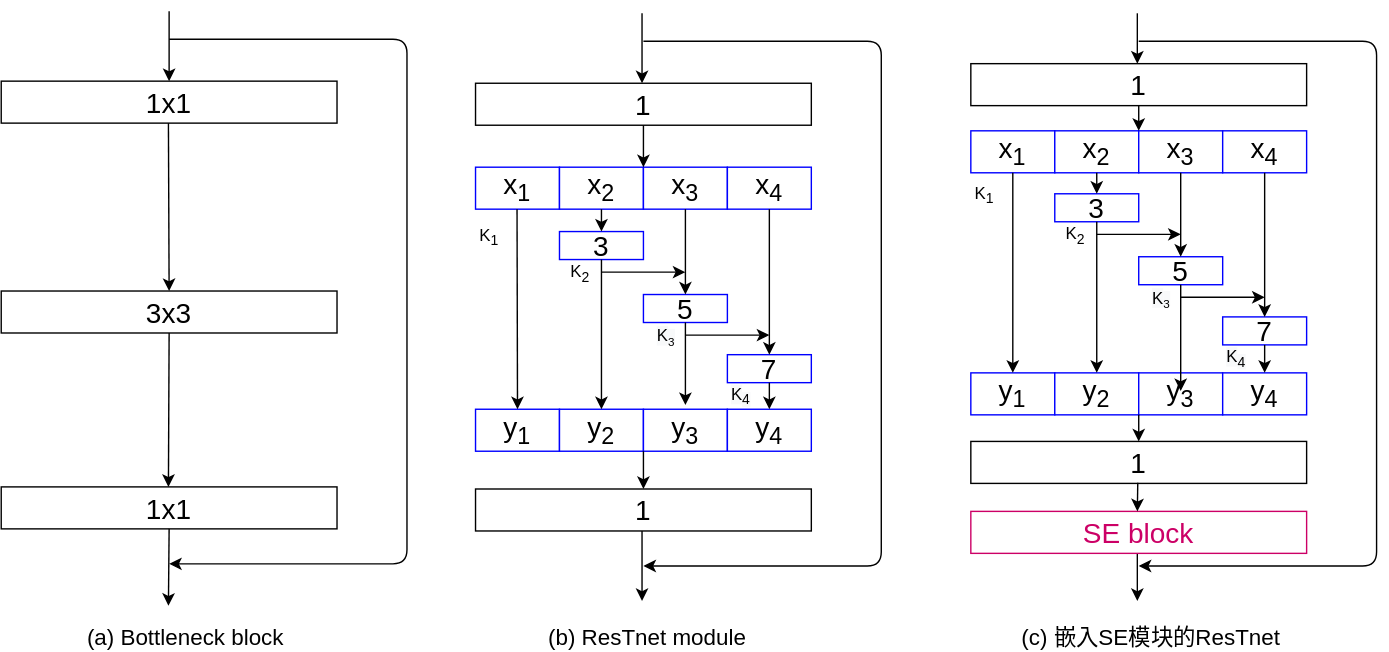
Above: littlepaper/图2-1 ResTnet结构图.svg in wangxinzhi0/draw.io (draw.io), before the change. Source tidied: cells renumbered, new cells last; positions are measured from the earlier drawing's top-left corner, leaving out a move shared by most shapes.
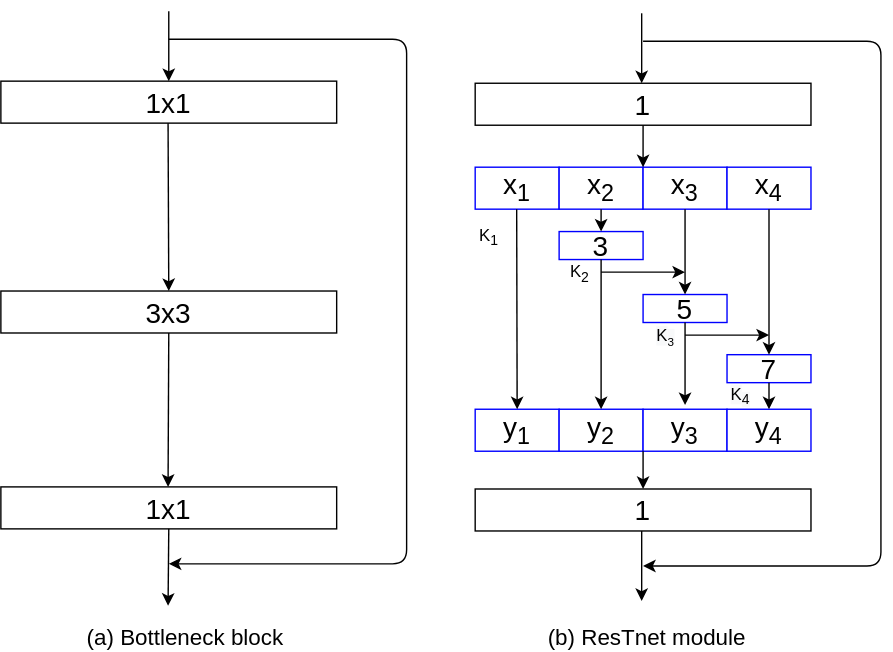
Later version of the same file.

Diff of the diagram source:
```diff
@@ -168,131 +168,5 @@
     <mxCell id="42" value="(b) ResTnet module" style="text;html=1;strokeColor=none;fillColor=none;align=center;verticalAlign=middle;whiteSpace=wrap;rounded=0;fontSize=16;" parent="1" vertex="1">
       <mxGeometry x="383" y="438" width="158" height="20" as="geometry" />
     </mxCell>
-    <mxCell id="43" value="&lt;font style=&quot;font-size: 20px&quot;&gt;1&lt;/font&gt;" style="rounded=0;whiteSpace=wrap;html=1;" parent="1" vertex="1">
-      <mxGeometry x="693" y="38" width="240" height="30" as="geometry" />
-    </mxCell>
-    <mxCell id="44" value="&lt;font style=&quot;font-size: 20px&quot;&gt;1&lt;/font&gt;" style="rounded=0;whiteSpace=wrap;html=1;" parent="1" vertex="1">
-      <mxGeometry x="693" y="308" width="240" height="30" as="geometry" />
-    </mxCell>
-    <mxCell id="45" value="&lt;span style=&quot;font-size: 20px&quot;&gt;x&lt;sub&gt;1&lt;/sub&gt;&lt;/span&gt;" style="rounded=0;whiteSpace=wrap;html=1;strokeColor=#0000FF;" parent="1" vertex="1">
-      <mxGeometry x="693" y="86" width="60" height="30" as="geometry" />
-    </mxCell>
-    <mxCell id="46" value="&lt;font style=&quot;font-size: 20px&quot;&gt;x&lt;sub&gt;2&lt;/sub&gt;&lt;/font&gt;" style="rounded=0;whiteSpace=wrap;html=1;strokeColor=#0000FF;" parent="1" vertex="1">
-      <mxGeometry x="753" y="86" width="60" height="30" as="geometry" />
-    </mxCell>
-    <mxCell id="47" value="&lt;font style=&quot;font-size: 20px&quot;&gt;x&lt;sub&gt;3&lt;/sub&gt;&lt;/font&gt;" style="rounded=0;whiteSpace=wrap;html=1;strokeColor=#0000FF;" parent="1" vertex="1">
-      <mxGeometry x="813" y="86" width="60" height="30" as="geometry" />
-    </mxCell>
-    <mxCell id="48" value="&lt;font style=&quot;font-size: 20px&quot;&gt;x&lt;sub&gt;4&lt;/sub&gt;&lt;/font&gt;" style="rounded=0;whiteSpace=wrap;html=1;strokeColor=#0000FF;" parent="1" vertex="1">
-      <mxGeometry x="873" y="86" width="60" height="30" as="geometry" />
-    </mxCell>
-    <mxCell id="49" value="&lt;font style=&quot;font-size: 20px&quot;&gt;y&lt;sub&gt;1&lt;/sub&gt;&lt;/font&gt;" style="rounded=0;whiteSpace=wrap;html=1;strokeColor=#0000FF;" parent="1" vertex="1">
-      <mxGeometry x="693" y="259" width="60" height="30" as="geometry" />
-    </mxCell>
-    <mxCell id="50" value="&lt;font style=&quot;font-size: 20px&quot;&gt;y&lt;sub&gt;2&lt;/sub&gt;&lt;/font&gt;" style="rounded=0;whiteSpace=wrap;html=1;strokeColor=#0000FF;" parent="1" vertex="1">
-      <mxGeometry x="753" y="259" width="60" height="30" as="geometry" />
-    </mxCell>
-    <mxCell id="51" value="&lt;font style=&quot;font-size: 20px&quot;&gt;y&lt;sub&gt;3&lt;/sub&gt;&lt;/font&gt;" style="rounded=0;whiteSpace=wrap;html=1;strokeColor=#0000FF;" parent="1" vertex="1">
-      <mxGeometry x="813" y="259" width="60" height="30" as="geometry" />
-    </mxCell>
-    <mxCell id="52" value="&lt;font style=&quot;font-size: 20px&quot;&gt;y&lt;sub&gt;4&lt;/sub&gt;&lt;/font&gt;" style="rounded=0;whiteSpace=wrap;html=1;strokeColor=#0000FF;" parent="1" vertex="1">
-      <mxGeometry x="873" y="259" width="60" height="30" as="geometry" />
-    </mxCell>
-    <mxCell id="53" style="endArrow=classic;html=1;" parent="1" edge="1">
-      <mxGeometry relative="1" as="geometry">
-        <mxPoint x="812" y="2" as="sourcePoint" />
-        <mxPoint x="812" y="38" as="targetPoint" />
-      </mxGeometry>
-    </mxCell>
-    <mxCell id="54" style="endArrow=classic;html=1;" parent="1" edge="1">
-      <mxGeometry relative="1" as="geometry">
-        <mxPoint x="812" y="388" as="sourcePoint" />
-        <mxPoint x="812" y="422" as="targetPoint" />
-      </mxGeometry>
-    </mxCell>
-    <mxCell id="55" style="endArrow=classic;html=1;exitX=0.5;exitY=1;exitDx=0;exitDy=0;entryX=0;entryY=0;entryDx=0;entryDy=0;" parent="1" edge="1" source="43" target="47">
-      <mxGeometry relative="1" as="geometry" />
-    </mxCell>
-    <mxCell id="56" value="&lt;font style=&quot;font-size: 20px&quot;&gt;3&lt;/font&gt;" style="rounded=0;whiteSpace=wrap;html=1;strokeColor=#0000FF;" parent="1" vertex="1">
-      <mxGeometry x="753" y="131" width="60" height="20" as="geometry" />
-    </mxCell>
-    <mxCell id="57" value="&lt;font style=&quot;font-size: 20px&quot;&gt;5&lt;/font&gt;" style="rounded=0;whiteSpace=wrap;html=1;strokeColor=#0000FF;" parent="1" vertex="1">
-      <mxGeometry x="813" y="176" width="60" height="20" as="geometry" />
-    </mxCell>
-    <mxCell id="58" value="&lt;font style=&quot;font-size: 20px&quot;&gt;7&lt;/font&gt;" style="rounded=0;whiteSpace=wrap;html=1;strokeColor=#0000FF;" parent="1" vertex="1">
-      <mxGeometry x="873" y="219" width="60" height="20" as="geometry" />
-    </mxCell>
-    <mxCell id="59" style="endArrow=classic;html=1;exitX=0.5;exitY=1;exitDx=0;exitDy=0;entryX=0.5;entryY=0;entryDx=0;entryDy=0;" parent="1" edge="1" source="46" target="56">
-      <mxGeometry relative="1" as="geometry" />
-    </mxCell>
-    <mxCell id="60" style="endArrow=classic;html=1;exitX=0.5;exitY=1;exitDx=0;exitDy=0;entryX=0.5;entryY=0;entryDx=0;entryDy=0;" parent="1" edge="1" source="47" target="57">
-      <mxGeometry relative="1" as="geometry" />
-    </mxCell>
-    <mxCell id="61" style="endArrow=classic;html=1;exitX=0.5;exitY=1;exitDx=0;exitDy=0;entryX=0.5;entryY=0;entryDx=0;entryDy=0;" parent="1" edge="1" source="48" target="58">
-      <mxGeometry relative="1" as="geometry" />
-    </mxCell>
-    <mxCell id="62" style="endArrow=classic;html=1;exitX=0.5;exitY=1;exitDx=0;exitDy=0;entryX=0.5;entryY=0;entryDx=0;entryDy=0;" parent="1" edge="1" source="56" target="50">
-      <mxGeometry relative="1" as="geometry" />
-    </mxCell>
-    <mxCell id="63" style="endArrow=classic;html=1;exitX=0.5;exitY=1;exitDx=0;exitDy=0;entryX=0.5;entryY=0;entryDx=0;entryDy=0;" parent="1" edge="1" source="45" target="49">
-      <mxGeometry relative="1" as="geometry" />
-    </mxCell>
-    <mxCell id="64" style="endArrow=classic;html=1;exitX=0.5;exitY=1;exitDx=0;exitDy=0;" parent="1" edge="1" source="57">
-      <mxGeometry relative="1" as="geometry">
-        <mxPoint x="843" y="272" as="targetPoint" />
-      </mxGeometry>
-    </mxCell>
-    <mxCell id="65" style="endArrow=classic;html=1;exitX=0.5;exitY=1;exitDx=0;exitDy=0;entryX=0.5;entryY=0;entryDx=0;entryDy=0;" parent="1" edge="1" source="58" target="52">
-      <mxGeometry relative="1" as="geometry" />
-    </mxCell>
-    <mxCell id="66" style="endArrow=classic;html=1;" parent="1" edge="1">
-      <mxGeometry relative="1" as="geometry">
-        <mxPoint x="783" y="160" as="sourcePoint" />
-        <mxPoint x="843" y="160" as="targetPoint" />
-      </mxGeometry>
-    </mxCell>
-    <mxCell id="67" style="endArrow=classic;html=1;" parent="1" edge="1">
-      <mxGeometry relative="1" as="geometry">
-        <mxPoint x="843" y="205" as="sourcePoint" />
-        <mxPoint x="903" y="205" as="targetPoint" />
-      </mxGeometry>
-    </mxCell>
-    <mxCell id="68" style="endArrow=classic;html=1;" parent="1" edge="1">
-      <mxGeometry relative="1" as="geometry">
-        <mxPoint x="813" y="22" as="sourcePoint" />
-        <mxPoint x="813" y="397" as="targetPoint" />
-        <Array as="points">
-          <mxPoint x="983" y="22" />
-          <mxPoint x="983" y="397" />
-        </Array>
-      </mxGeometry>
-    </mxCell>
-    <mxCell id="69" value="K&lt;sub&gt;2&lt;/sub&gt;" style="text;html=1;strokeColor=none;fillColor=none;align=center;verticalAlign=middle;whiteSpace=wrap;rounded=0;" parent="1" vertex="1">
-      <mxGeometry x="748" y="151" width="40" height="20" as="geometry" />
-    </mxCell>
-    <mxCell id="70" value="&lt;span style=&quot;color: rgb(0 , 0 , 0) ; font-family: &amp;#34;helvetica&amp;#34; ; font-size: 12px ; font-style: normal ; font-weight: 400 ; letter-spacing: normal ; text-align: center ; text-indent: 0px ; text-transform: none ; word-spacing: 0px ; background-color: rgb(248 , 249 , 250) ; display: inline ; float: none&quot;&gt;K&lt;/span&gt;&lt;span style=&quot;color: rgb(0 , 0 , 0) ; font-family: &amp;#34;helvetica&amp;#34; ; font-style: normal ; font-weight: 400 ; letter-spacing: normal ; text-align: center ; text-indent: 0px ; text-transform: none ; word-spacing: 0px ; background-color: rgb(248 , 249 , 250) ; display: inline ; float: none ; font-size: 10px&quot;&gt;&lt;sub&gt;3&lt;/sub&gt;&lt;/span&gt;" style="text;whiteSpace=wrap;html=1;" parent="1" vertex="1">
-      <mxGeometry x="821" y="192" width="40" height="30" as="geometry" />
-    </mxCell>
-    <mxCell id="71" value="&lt;span style=&quot;color: rgb(0 , 0 , 0) ; font-family: &amp;#34;helvetica&amp;#34; ; font-size: 12px ; font-style: normal ; font-weight: 400 ; letter-spacing: normal ; text-align: center ; text-indent: 0px ; text-transform: none ; word-spacing: 0px ; background-color: rgb(248 , 249 , 250) ; display: inline ; float: none&quot;&gt;K&lt;/span&gt;&lt;sub style=&quot;color: rgb(0 , 0 , 0) ; font-family: &amp;#34;helvetica&amp;#34; ; font-style: normal ; font-weight: 400 ; letter-spacing: normal ; text-align: center ; text-indent: 0px ; text-transform: none ; word-spacing: 0px ; background-color: rgb(248 , 249 , 250)&quot;&gt;4&lt;/sub&gt;" style="text;whiteSpace=wrap;html=1;" parent="1" vertex="1">
-      <mxGeometry x="874" y="234" width="40" height="30" as="geometry" />
-    </mxCell>
-    <mxCell id="72" value="K&lt;sub&gt;1&lt;/sub&gt;" style="text;html=1;strokeColor=none;fillColor=none;align=center;verticalAlign=middle;whiteSpace=wrap;rounded=0;" parent="1" vertex="1">
-      <mxGeometry x="683" y="122" width="40" height="20" as="geometry" />
-    </mxCell>
-    <mxCell id="73" value="(c) 嵌入SE模块的ResTnet" style="text;html=1;strokeColor=none;fillColor=none;align=center;verticalAlign=middle;whiteSpace=wrap;rounded=0;fontSize=16;" parent="1" vertex="1">
-      <mxGeometry x="709.5" y="438" width="223.5" height="20" as="geometry" />
-    </mxCell>
-    <mxCell id="74" value="&lt;font style=&quot;font-size: 20px&quot;&gt;SE block&lt;/font&gt;" style="rounded=0;whiteSpace=wrap;html=1;strokeColor=#CC0066;fontColor=#CC0066;" parent="1" vertex="1">
-      <mxGeometry x="693" y="358" width="240" height="30" as="geometry" />
-    </mxCell>
-    <mxCell id="75" style="endArrow=classic;html=1;exitX=1;exitY=1;exitDx=0;exitDy=0;entryX=0.5;entryY=0;entryDx=0;entryDy=0;" parent="1" edge="1" source="50" target="44">
-      <mxGeometry relative="1" as="geometry" />
-    </mxCell>
-    <mxCell id="76" style="endArrow=classic;html=1;" parent="1" edge="1">
-      <mxGeometry relative="1" as="geometry">
-        <mxPoint x="812.3" y="337.5" as="sourcePoint" />
-        <mxPoint x="812" y="358" as="targetPoint" />
-      </mxGeometry>
-    </mxCell>
   </root>
 </mxGraphModel>
```
